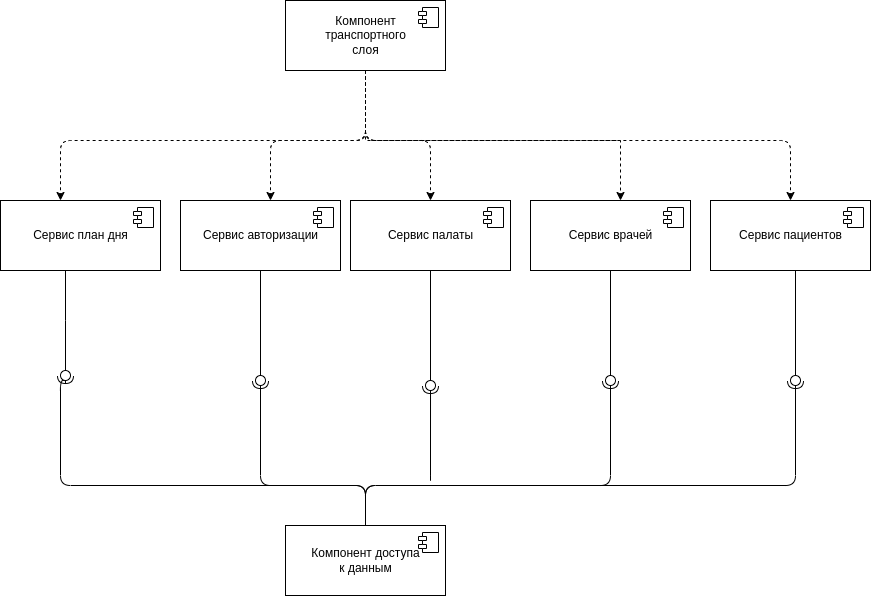
The draw.io diagram lab-01/assets/components.png in xanderkov/ics7-web, before a commit. Source tidied: cells renumbered, new cells last; positions are measured from the earlier drawing's top-left corner, leaving out a move shared by most shapes. The source it was exported from:
```xml
<mxGraphModel>
  <root>
    <mxCell id="0" style="html=1;" />
    <mxCell id="1" style="html=1;" parent="0" />
    <mxCell id="2" value="Компонент доступа &lt;br&gt;к данным" style="html=1;" parent="1" vertex="1">
      <mxGeometry x="285" y="525" width="160" height="70" as="geometry" />
    </mxCell>
    <mxCell id="3" style="shape=module;jettyWidth=8;jettyHeight=4;" parent="2" vertex="1">
      <mxGeometry x="1" width="20" height="20" relative="1" as="geometry">
        <mxPoint x="-27" y="7" as="offset" />
      </mxGeometry>
    </mxCell>
    <mxCell id="4" value="Сервис авторизации" style="html=1;" parent="1" vertex="1">
      <mxGeometry x="180" y="200" width="160" height="70" as="geometry" />
    </mxCell>
    <mxCell id="5" style="shape=module;jettyWidth=8;jettyHeight=4;" parent="4" vertex="1">
      <mxGeometry x="1" width="20" height="20" relative="1" as="geometry">
        <mxPoint x="-27" y="7" as="offset" />
      </mxGeometry>
    </mxCell>
    <mxCell id="6" style="edgeStyle=orthogonalEdgeStyle;rounded=1;jettySize=auto;html=1;dashed=1;" parent="1" edge="1" source="7" target="4">
      <mxGeometry relative="1" as="geometry">
        <Array as="points">
          <mxPoint x="365" y="140" />
          <mxPoint x="270" y="140" />
        </Array>
      </mxGeometry>
    </mxCell>
    <mxCell id="7" value="Компонент &lt;br&gt;транспортного &lt;br&gt;слоя" style="html=1;" parent="1" vertex="1">
      <mxGeometry x="285" width="160" height="70" as="geometry" />
    </mxCell>
    <mxCell id="8" style="shape=module;jettyWidth=8;jettyHeight=4;" parent="7" vertex="1">
      <mxGeometry x="1" width="20" height="20" relative="1" as="geometry">
        <mxPoint x="-27" y="7" as="offset" />
      </mxGeometry>
    </mxCell>
    <mxCell id="9" style="rounded=0;jettySize=auto;html=1;endArrow=none;endFill=0;sketch=0;sourcePerimeterSpacing=0;targetPerimeterSpacing=0;edgeStyle=orthogonalEdgeStyle;" parent="1" edge="1" source="11" target="16">
      <mxGeometry relative="1" as="geometry">
        <Array as="points">
          <mxPoint x="65" y="320" />
          <mxPoint x="65" y="320" />
        </Array>
      </mxGeometry>
    </mxCell>
    <mxCell id="10" style="rounded=1;jettySize=auto;html=1;endArrow=halfCircle;endFill=0;endSize=6;strokeWidth=1;sketch=0;edgeStyle=orthogonalEdgeStyle;entryX=0.5;entryY=0.5;entryDx=0;entryDy=0;" parent="1" edge="1" source="2" target="11">
      <mxGeometry relative="1" as="geometry">
        <Array as="points">
          <mxPoint x="365" y="485" />
          <mxPoint x="60" y="485" />
          <mxPoint x="60" y="380" />
        </Array>
      </mxGeometry>
    </mxCell>
    <mxCell id="11" style="ellipse;whiteSpace=wrap;html=1;align=center;points=[];outlineConnect=0;sketch=0;" parent="1" vertex="1">
      <mxGeometry x="60" y="370" width="10" height="10" as="geometry" />
    </mxCell>
    <mxCell id="12" value="Сервис врачей" style="html=1;" parent="1" vertex="1">
      <mxGeometry x="530" y="200" width="160" height="70" as="geometry" />
    </mxCell>
    <mxCell id="13" style="shape=module;jettyWidth=8;jettyHeight=4;" parent="12" vertex="1">
      <mxGeometry x="1" width="20" height="20" relative="1" as="geometry">
        <mxPoint x="-27" y="7" as="offset" />
      </mxGeometry>
    </mxCell>
    <mxCell id="14" value="Сервис пациентов" style="html=1;" parent="1" vertex="1">
      <mxGeometry x="710" y="200" width="160" height="70" as="geometry" />
    </mxCell>
    <mxCell id="15" style="shape=module;jettyWidth=8;jettyHeight=4;" parent="14" vertex="1">
      <mxGeometry x="1" width="20" height="20" relative="1" as="geometry">
        <mxPoint x="-27" y="7" as="offset" />
      </mxGeometry>
    </mxCell>
    <mxCell id="16" value="Сервис план дня" style="html=1;" parent="1" vertex="1">
      <mxGeometry y="200" width="160" height="70" as="geometry" />
    </mxCell>
    <mxCell id="17" style="shape=module;jettyWidth=8;jettyHeight=4;" parent="16" vertex="1">
      <mxGeometry x="1" width="20" height="20" relative="1" as="geometry">
        <mxPoint x="-27" y="7" as="offset" />
      </mxGeometry>
    </mxCell>
    <mxCell id="18" value="Сервис палаты" style="html=1;" parent="1" vertex="1">
      <mxGeometry x="350" y="200" width="160" height="70" as="geometry" />
    </mxCell>
    <mxCell id="19" style="shape=module;jettyWidth=8;jettyHeight=4;" parent="18" vertex="1">
      <mxGeometry x="1" width="20" height="20" relative="1" as="geometry">
        <mxPoint x="-27" y="7" as="offset" />
      </mxGeometry>
    </mxCell>
    <mxCell id="20" style="edgeStyle=orthogonalEdgeStyle;rounded=0;jettySize=auto;html=1;dashed=1;" parent="1" edge="1" source="7" target="12">
      <mxGeometry relative="1" as="geometry">
        <Array as="points">
          <mxPoint x="365" y="140" />
          <mxPoint x="620" y="140" />
        </Array>
      </mxGeometry>
    </mxCell>
    <mxCell id="21" style="edgeStyle=orthogonalEdgeStyle;rounded=1;jettySize=auto;html=1;dashed=1;" parent="1" edge="1" source="7" target="14">
      <mxGeometry relative="1" as="geometry">
        <Array as="points">
          <mxPoint x="365" y="140" />
          <mxPoint x="790" y="140" />
        </Array>
      </mxGeometry>
    </mxCell>
    <mxCell id="22" style="edgeStyle=orthogonalEdgeStyle;rounded=1;jettySize=auto;html=1;dashed=1;" parent="1" edge="1" source="7" target="16">
      <mxGeometry relative="1" as="geometry">
        <Array as="points">
          <mxPoint x="365" y="140" />
          <mxPoint x="60" y="140" />
        </Array>
      </mxGeometry>
    </mxCell>
    <mxCell id="23" style="edgeStyle=orthogonalEdgeStyle;rounded=1;jettySize=auto;html=1;dashed=1;" parent="1" edge="1" source="7" target="18">
      <mxGeometry relative="1" as="geometry">
        <Array as="points">
          <mxPoint x="365" y="140" />
          <mxPoint x="430" y="140" />
        </Array>
      </mxGeometry>
    </mxCell>
    <mxCell id="24" style="rounded=0;jettySize=auto;html=1;endArrow=none;endFill=0;sketch=0;sourcePerimeterSpacing=0;targetPerimeterSpacing=0;edgeStyle=orthogonalEdgeStyle;" parent="1" edge="1" source="4" target="26">
      <mxGeometry relative="1" as="geometry">
        <Array as="points">
          <mxPoint x="260" y="445" />
        </Array>
      </mxGeometry>
    </mxCell>
    <mxCell id="25" style="rounded=1;jettySize=auto;html=1;endArrow=halfCircle;endFill=0;endSize=6;strokeWidth=1;sketch=0;edgeStyle=orthogonalEdgeStyle;" parent="1" edge="1" source="2">
      <mxGeometry relative="1" as="geometry">
        <mxPoint x="260" y="380" as="targetPoint" />
        <Array as="points">
          <mxPoint x="365" y="485" />
          <mxPoint x="260" y="485" />
          <mxPoint x="260" y="380" />
        </Array>
      </mxGeometry>
    </mxCell>
    <mxCell id="26" style="ellipse;whiteSpace=wrap;html=1;align=center;points=[];outlineConnect=0;sketch=0;" parent="1" vertex="1">
      <mxGeometry x="255" y="375" width="10" height="10" as="geometry" />
    </mxCell>
    <mxCell id="27" style="rounded=0;jettySize=auto;html=1;endArrow=none;endFill=0;sketch=0;sourcePerimeterSpacing=0;targetPerimeterSpacing=0;edgeStyle=orthogonalEdgeStyle;" parent="1" edge="1" source="18" target="35">
      <mxGeometry relative="1" as="geometry">
        <Array as="points">
          <mxPoint x="430" y="445" />
        </Array>
      </mxGeometry>
    </mxCell>
    <mxCell id="28" style="rounded=1;jettySize=auto;html=1;endArrow=halfCircle;endFill=0;endSize=6;strokeWidth=1;sketch=0;edgeStyle=orthogonalEdgeStyle;" parent="1" edge="1" source="35">
      <mxGeometry relative="1" as="geometry">
        <mxPoint x="430" y="385" as="targetPoint" />
        <Array as="points">
          <mxPoint x="430" y="485" />
          <mxPoint x="430" y="485" />
        </Array>
      </mxGeometry>
    </mxCell>
    <mxCell id="29" style="rounded=0;jettySize=auto;html=1;endArrow=none;endFill=0;sketch=0;sourcePerimeterSpacing=0;targetPerimeterSpacing=0;edgeStyle=orthogonalEdgeStyle;" parent="1" edge="1" source="12" target="31">
      <mxGeometry relative="1" as="geometry">
        <Array as="points">
          <mxPoint x="610" y="445" />
        </Array>
      </mxGeometry>
    </mxCell>
    <mxCell id="30" style="rounded=1;jettySize=auto;html=1;endArrow=halfCircle;endFill=0;entryX=0.5;entryY=0.5;endSize=6;strokeWidth=1;sketch=0;edgeStyle=orthogonalEdgeStyle;" parent="1" edge="1" source="2" target="31">
      <mxGeometry relative="1" as="geometry">
        <Array as="points">
          <mxPoint x="365" y="485" />
          <mxPoint x="610" y="485" />
        </Array>
      </mxGeometry>
    </mxCell>
    <mxCell id="31" style="ellipse;whiteSpace=wrap;html=1;align=center;points=[];outlineConnect=0;sketch=0;" parent="1" vertex="1">
      <mxGeometry x="605" y="375" width="10" height="10" as="geometry" />
    </mxCell>
    <mxCell id="32" style="rounded=0;jettySize=auto;html=1;endArrow=none;endFill=0;sketch=0;sourcePerimeterSpacing=0;targetPerimeterSpacing=0;edgeStyle=orthogonalEdgeStyle;" parent="1" edge="1" source="14" target="34">
      <mxGeometry relative="1" as="geometry">
        <Array as="points">
          <mxPoint x="795" y="410" />
          <mxPoint x="795" y="410" />
        </Array>
      </mxGeometry>
    </mxCell>
    <mxCell id="33" style="rounded=1;jettySize=auto;html=1;endArrow=halfCircle;endFill=0;entryX=0.5;entryY=0.5;endSize=6;strokeWidth=1;sketch=0;edgeStyle=orthogonalEdgeStyle;" parent="1" edge="1" source="2" target="34">
      <mxGeometry relative="1" as="geometry">
        <Array as="points">
          <mxPoint x="365" y="485" />
          <mxPoint x="795" y="485" />
        </Array>
      </mxGeometry>
    </mxCell>
    <mxCell id="34" style="ellipse;whiteSpace=wrap;html=1;align=center;points=[];outlineConnect=0;sketch=0;direction=south;" parent="1" vertex="1">
      <mxGeometry x="790" y="375" width="10" height="10" as="geometry" />
    </mxCell>
    <mxCell id="35" style="ellipse;whiteSpace=wrap;html=1;align=center;points=[];outlineConnect=0;sketch=0;direction=north;rotation=-101;" parent="1" vertex="1">
      <mxGeometry x="425" y="380" width="10" height="10" as="geometry" />
    </mxCell>
  </root>
</mxGraphModel>
```
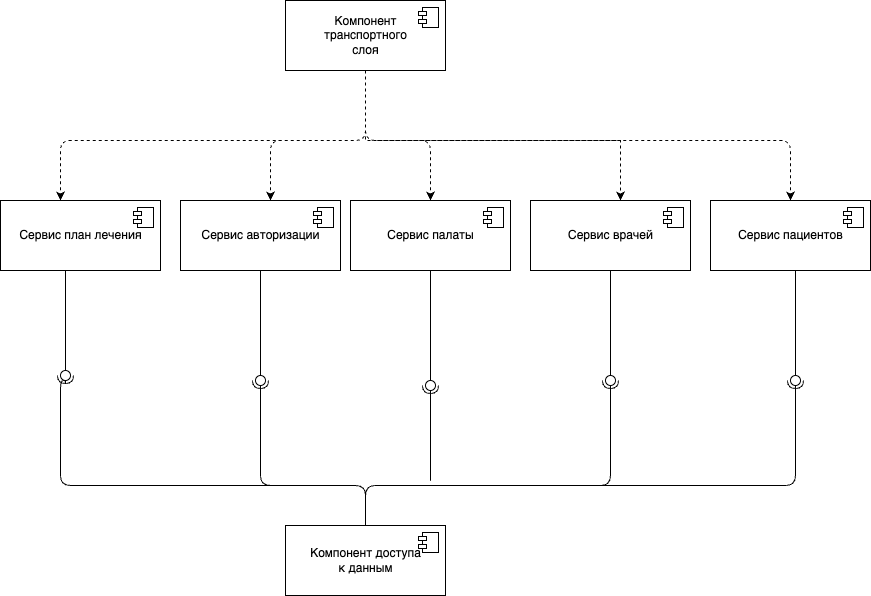
Above is the later version.

The edit, as a diff of the source:
```diff
@@ -70,7 +70,7 @@
         <mxPoint x="-27" y="7" as="offset" />
       </mxGeometry>
     </mxCell>
-    <mxCell id="16" value="Сервис план дня" style="html=1;" parent="1" vertex="1">
+    <mxCell id="16" value="Сервис план лечения" style="html=1;" parent="1" vertex="1">
       <mxGeometry y="200" width="160" height="70" as="geometry" />
     </mxCell>
     <mxCell id="17" style="shape=module;jettyWidth=8;jettyHeight=4;" parent="16" vertex="1">
```
